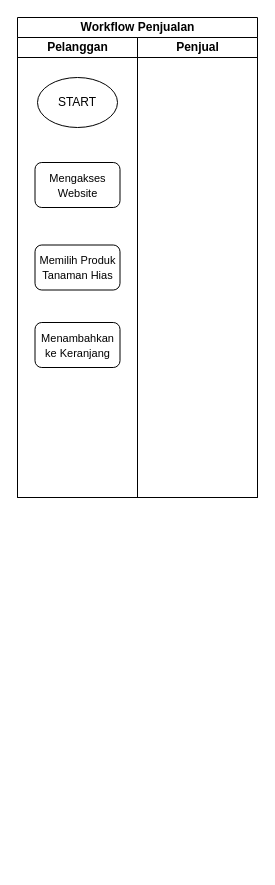
Before: Wokflow UTS RPL.drawio in xnoname2003/flowchart, a draw.io diagram. Source tidied: cells renumbered, new cells numbered last; positions are measured from the earlier drawing's top-left corner, leaving out a move shared by most shapes. Both pictures are drawn from the tidied source at 100%, with x=0, y=0 at pixel (17, 17).
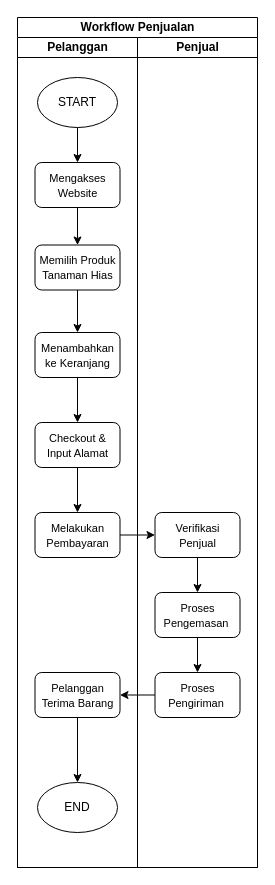
Above is the later version.

Unchanged cells that the change refers to:
```xml
<mxCell id="4" value="START" style="ellipse;whiteSpace=wrap;html=1;" parent="3" vertex="1">
  <mxGeometry x="20" y="40" width="80" height="50" as="geometry" />
</mxCell>
<mxCell id="5" value="&lt;font style=&quot;font-size: 11px;&quot;&gt;Mengakses Website&lt;/font&gt;" style="rounded=1;whiteSpace=wrap;html=1;" parent="3" vertex="1">
  <mxGeometry x="17.5" y="125" width="85" height="45" as="geometry" />
</mxCell>
<mxCell id="6" value="&lt;font style=&quot;font-size: 11px;&quot;&gt;Memilih Produk Tanaman Hias&lt;/font&gt;" style="rounded=1;whiteSpace=wrap;html=1;" parent="3" vertex="1">
  <mxGeometry x="17.5" y="207.5" width="85" height="45" as="geometry" />
</mxCell>
```

What changed in the source:
```diff
@@
     <mxCell id="2" value="Workflow Penjualan" style="swimlane;startSize=20;html=1;" parent="1" vertex="1">
-      <mxGeometry width="240" height="480" as="geometry" />
+      <mxGeometry width="240" height="850" as="geometry" />
     </mxCell>
     <mxCell id="3" value="Pelanggan" style="swimlane;startSize=20;html=1;" parent="2" vertex="1">
-      <mxGeometry y="20" width="120" height="460" as="geometry" />
+      <mxGeometry y="20" width="120" height="830" as="geometry" />
     </mxCell>
+    <mxCell id="9" style="edgeStyle=orthogonalEdgeStyle;rounded=0;jettySize=auto;html=1;exitX=0.5;exitY=1;exitDx=0;exitDy=0;entryX=0.5;entryY=0;entryDx=0;entryDy=0;" parent="3" edge="1" source="4" target="5">
+      <mxGeometry relative="1" as="geometry" />
+    </mxCell>
@@
+    <mxCell id="10" style="edgeStyle=orthogonalEdgeStyle;rounded=0;jettySize=auto;html=1;exitX=0.5;exitY=1;exitDx=0;exitDy=0;entryX=0.5;entryY=0;entryDx=0;entryDy=0;" parent="3" edge="1" source="5" target="6">
+      <mxGeometry relative="1" as="geometry" />
+    </mxCell>
@@
+    <mxCell id="11" style="edgeStyle=orthogonalEdgeStyle;rounded=0;jettySize=auto;html=1;exitX=0.5;exitY=1;exitDx=0;exitDy=0;" parent="3" edge="1" source="6" target="7">
+      <mxGeometry relative="1" as="geometry" />
+    </mxCell>
@@
+    <mxCell id="12" style="edgeStyle=orthogonalEdgeStyle;rounded=0;jettySize=auto;html=1;exitX=0.5;exitY=1;exitDx=0;exitDy=0;entryX=0.5;entryY=0;entryDx=0;entryDy=0;" parent="3" edge="1" source="7" target="14">
+      <mxGeometry relative="1" as="geometry" />
+    </mxCell>
     <mxCell id="7" value="&lt;font style=&quot;font-size: 11px;&quot;&gt;Menambahkan ke Keranjang&lt;/font&gt;" style="rounded=1;whiteSpace=wrap;html=1;" parent="3" vertex="1">
-      <mxGeometry x="17.5" y="285" width="85" height="45" as="geometry" />
+      <mxGeometry x="17.5" y="295" width="85" height="45" as="geometry" />
     </mxCell>
+    <mxCell id="13" style="edgeStyle=orthogonalEdgeStyle;rounded=0;jettySize=auto;html=1;exitX=0.5;exitY=1;exitDx=0;exitDy=0;entryX=0.5;entryY=0;entryDx=0;entryDy=0;" parent="3" edge="1" source="14" target="15">
+      <mxGeometry relative="1" as="geometry" />
+    </mxCell>
+    <mxCell id="14" value="&lt;font style=&quot;font-size: 11px;&quot;&gt;Checkout &amp;amp; Input Alamat&lt;/font&gt;" style="rounded=1;whiteSpace=wrap;html=1;" parent="3" vertex="1">
+      <mxGeometry x="17.5" y="385" width="85" height="45" as="geometry" />
+    </mxCell>
+    <mxCell id="15" value="&lt;font style=&quot;font-size: 11px;&quot;&gt;Melakukan Pembayaran&lt;/font&gt;" style="rounded=1;whiteSpace=wrap;html=1;" parent="3" vertex="1">
+      <mxGeometry x="17.5" y="475" width="85" height="45" as="geometry" />
+    </mxCell>
+    <mxCell id="16" style="edgeStyle=orthogonalEdgeStyle;rounded=0;jettySize=auto;html=1;exitX=0.5;exitY=1;exitDx=0;exitDy=0;entryX=0.5;entryY=0;entryDx=0;entryDy=0;" parent="3" edge="1" source="17" target="18">
+      <mxGeometry relative="1" as="geometry" />
+    </mxCell>
+    <mxCell id="17" value="&lt;font style=&quot;font-size: 11px;&quot;&gt;Pelanggan Terima Barang&lt;/font&gt;" style="rounded=1;whiteSpace=wrap;html=1;" parent="3" vertex="1">
+      <mxGeometry x="17.5" y="635" width="85" height="45" as="geometry" />
+    </mxCell>
+    <mxCell id="18" value="END" style="ellipse;whiteSpace=wrap;html=1;" parent="3" vertex="1">
+      <mxGeometry x="20" y="745" width="80" height="50" as="geometry" />
+    </mxCell>
     <mxCell id="8" value="Penjual" style="swimlane;startSize=20;html=1;" parent="2" vertex="1">
-      <mxGeometry x="120" y="20" width="120" height="460" as="geometry" />
+      <mxGeometry x="120" y="20" width="120" height="830" as="geometry" />
     </mxCell>
+    <mxCell id="19" style="edgeStyle=orthogonalEdgeStyle;rounded=0;jettySize=auto;html=1;exitX=0.5;exitY=1;exitDx=0;exitDy=0;entryX=0.5;entryY=0;entryDx=0;entryDy=0;" parent="8" edge="1" source="20" target="22">
+      <mxGeometry relative="1" as="geometry" />
+    </mxCell>
+    <mxCell id="20" value="&lt;font style=&quot;font-size: 11px;&quot;&gt;Verifikasi Penjual&lt;/font&gt;" style="rounded=1;whiteSpace=wrap;html=1;" parent="8" vertex="1">
+      <mxGeometry x="17.5" y="475" width="85" height="45" as="geometry" />
+    </mxCell>
+    <mxCell id="21" style="edgeStyle=orthogonalEdgeStyle;rounded=0;jettySize=auto;html=1;exitX=0.5;exitY=1;exitDx=0;exitDy=0;entryX=0.5;entryY=0;entryDx=0;entryDy=0;" parent="8" edge="1" source="22" target="23">
+      <mxGeometry relative="1" as="geometry" />
+    </mxCell>
+    <mxCell id="22" value="&lt;font style=&quot;font-size: 11px;&quot;&gt;Proses Pengemasan&amp;nbsp;&lt;/font&gt;" style="rounded=1;whiteSpace=wrap;html=1;" parent="8" vertex="1">
+      <mxGeometry x="17.5" y="555" width="85" height="45" as="geometry" />
+    </mxCell>
+    <mxCell id="23" value="&lt;font style=&quot;font-size: 11px;&quot;&gt;Proses Pengiriman&amp;nbsp;&lt;/font&gt;" style="rounded=1;whiteSpace=wrap;html=1;" parent="8" vertex="1">
+      <mxGeometry x="17.5" y="635" width="85" height="45" as="geometry" />
+    </mxCell>
+    <mxCell id="24" style="edgeStyle=orthogonalEdgeStyle;rounded=0;jettySize=auto;html=1;exitX=1;exitY=0.5;exitDx=0;exitDy=0;entryX=0;entryY=0.5;entryDx=0;entryDy=0;" parent="2" edge="1" source="15" target="20">
+      <mxGeometry relative="1" as="geometry" />
+    </mxCell>
+    <mxCell id="25" style="edgeStyle=orthogonalEdgeStyle;rounded=0;jettySize=auto;html=1;exitX=0;exitY=0.5;exitDx=0;exitDy=0;entryX=1;entryY=0.5;entryDx=0;entryDy=0;" parent="2" edge="1" source="23" target="17">
+      <mxGeometry relative="1" as="geometry" />
+    </mxCell>
```
